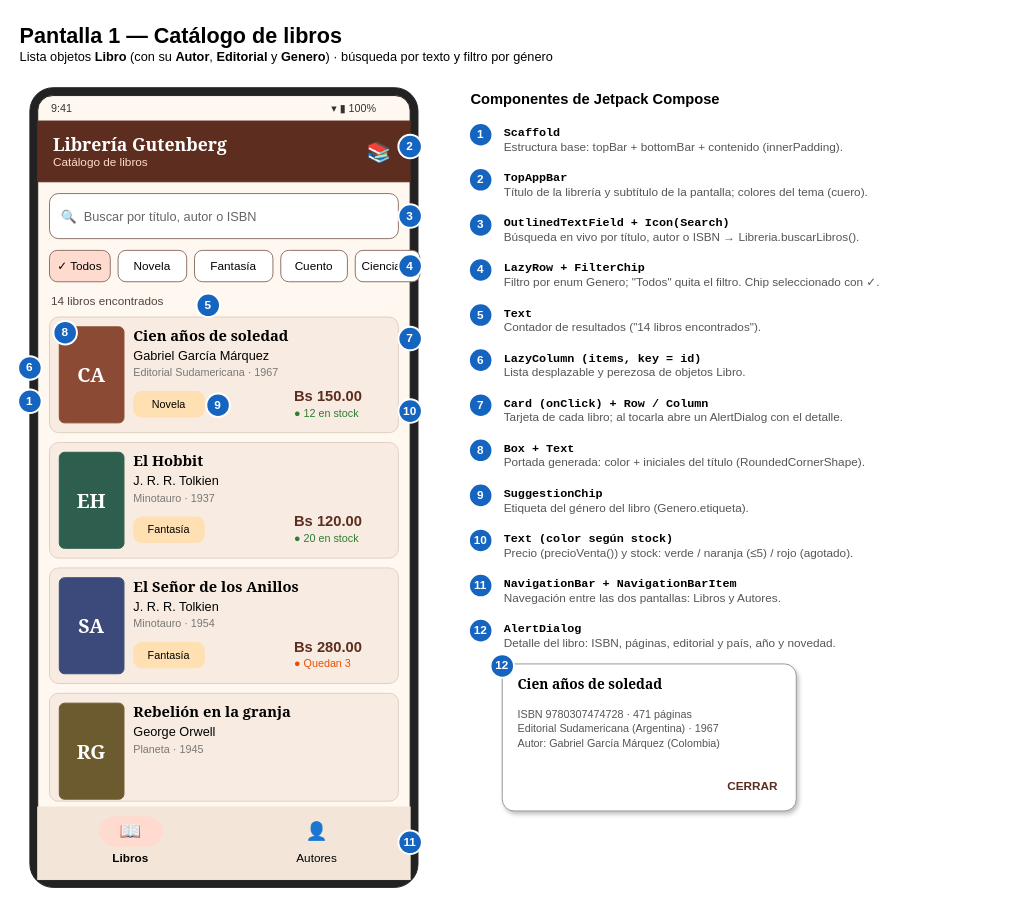
Before: docs/checkpoint4/pantalla1_libros.drawio in amabe11/PrimerParcialAlgoritmicaIII, a draw.io diagram. Source tidied: cells renumbered, new cells numbered last; positions are measured from the earlier drawing's top-left corner, leaving out a move shared by most shapes. Both pictures are drawn from the tidied source at 98%, with x=0, y=0 at pixel (18, 17).
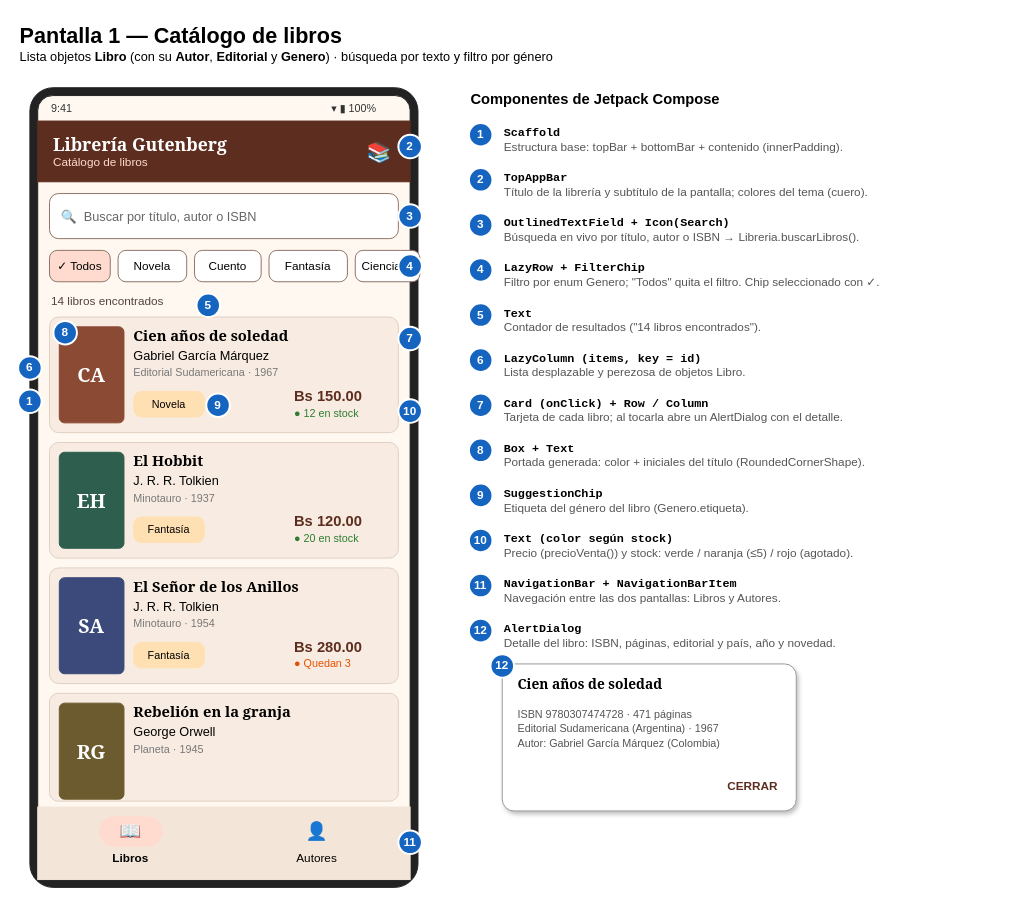
After the change.

Commit message (it also covers changes not shown here):
Checkpoint 5: pantallas Libros y Autores con Jetpack Compose (y bocetos alineados con la app)

Diff of the diagram source:
```diff
@@
-    <mxCell id="14" value="Fantasía" style="rounded=0;whiteSpace=wrap;html=1;fillColor=#ffffff;strokeColor=#8D7168;rounded=1;arcSize=25;fontSize=12;" parent="1" vertex="1">
-      <mxGeometry x="180" y="238" width="80" height="32" as="geometry" />
+    <mxCell id="14" value="Cuento" style="rounded=0;whiteSpace=wrap;html=1;fillColor=#ffffff;strokeColor=#8D7168;rounded=1;arcSize=25;fontSize=12;" parent="1" vertex="1">
+      <mxGeometry x="180" y="238" width="68" height="32" as="geometry" />
     </mxCell>
-    <mxCell id="15" value="Cuento" style="rounded=0;whiteSpace=wrap;html=1;fillColor=#ffffff;strokeColor=#8D7168;rounded=1;arcSize=25;fontSize=12;" parent="1" vertex="1">
-      <mxGeometry x="268" y="238" width="68" height="32" as="geometry" />
+    <mxCell id="15" value="Fantasía" style="rounded=0;whiteSpace=wrap;html=1;fillColor=#ffffff;strokeColor=#8D7168;rounded=1;arcSize=25;fontSize=12;" parent="1" vertex="1">
+      <mxGeometry x="256" y="238" width="80" height="32" as="geometry" />
     </mxCell>
```
